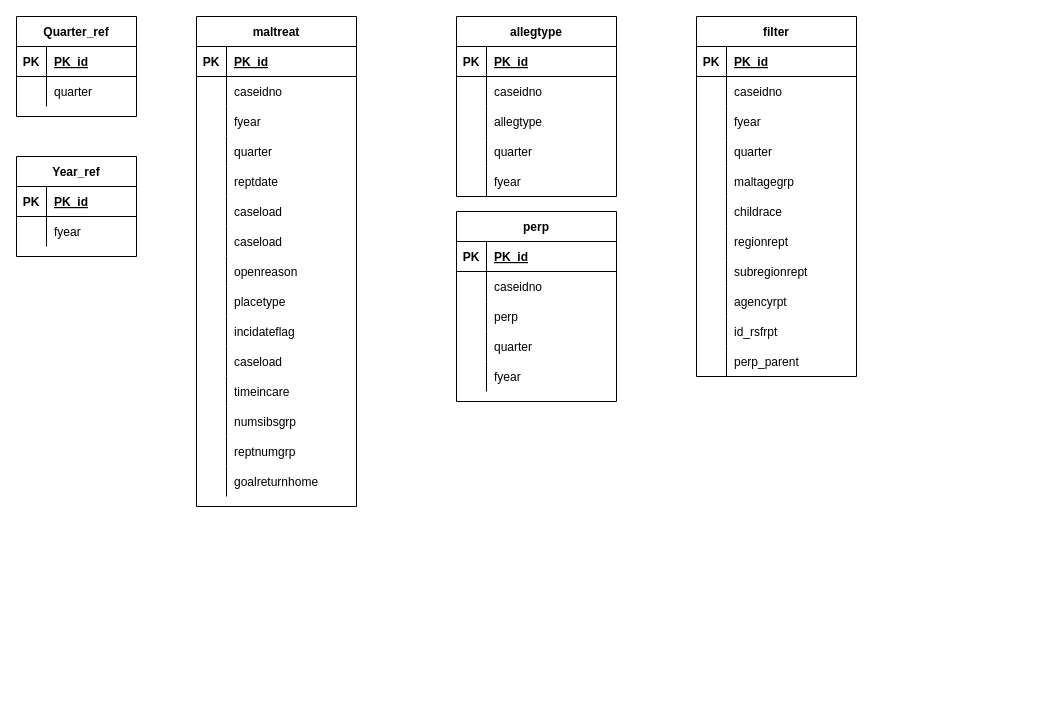
satomiwakita/cloud_repository1 keeps this draw.io diagram as maltreatment_in_care.drawio. Above is the earlier version. Source tidied: cells renumbered, new cells numbered last; positions are measured from the earlier drawing's top-left corner, leaving out a move shared by most shapes. Both pictures are drawn from the tidied source at 100%, with x=0, y=0 at pixel (16, 16).
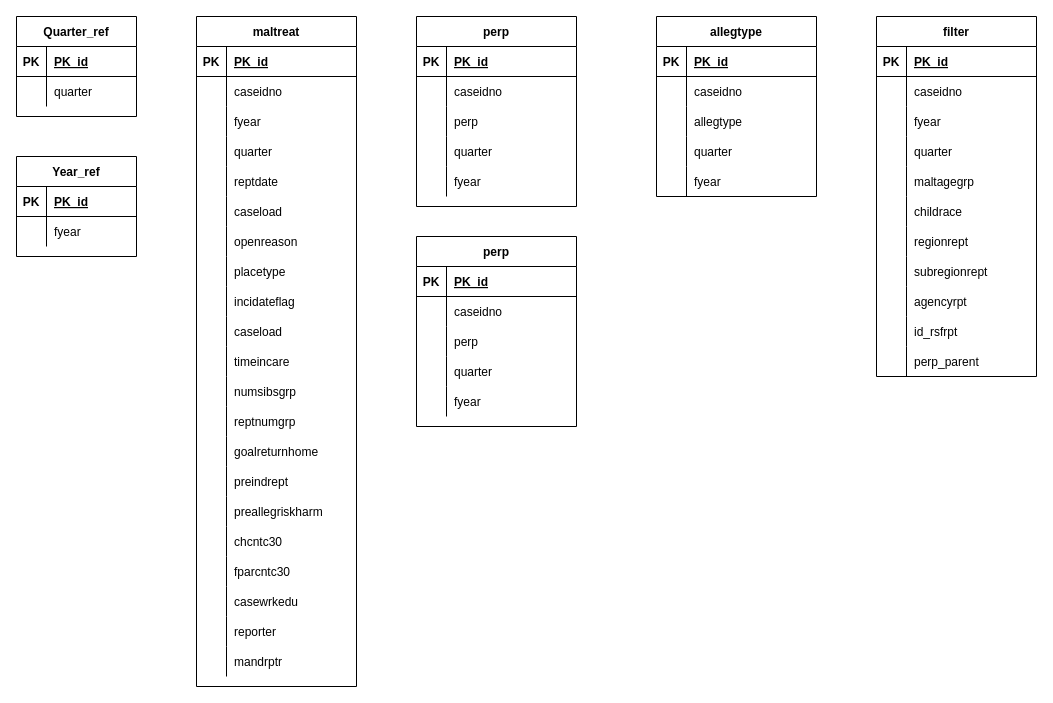
The same page after the edit.

Change to the diagram source:
```diff
@@
     <mxCell id="2" value="allegtype" style="shape=table;startSize=30;childLayout=tableLayout;rowLines=0;fontStyle=1;align=center;" parent="1" vertex="1">
-      <mxGeometry x="440" width="160" height="180" as="geometry" />
+      <mxGeometry x="640" width="160" height="180" as="geometry" />
     </mxCell>
@@
     <mxCell id="25" value="maltreat" style="shape=table;startSize=30;childLayout=tableLayout;rowLines=0;fontStyle=1;align=center;" parent="1" vertex="1">
-      <mxGeometry x="180" width="160" height="490" as="geometry" />
+      <mxGeometry x="180" width="160" height="670" as="geometry" />
     </mxCell>
@@
-    <mxCell id="44" style="shape=partialRectangle;fillColor=none;top=0;left=0;right=0;bottom=0;" parent="25" vertex="1">
-      <mxGeometry y="210" width="160" height="30" as="geometry" />
-    </mxCell>
-    <mxCell id="45" style="shape=partialRectangle;overflow=hidden;fillColor=none;top=0;left=0;bottom=0;right=0;" parent="44" vertex="1">
-      <mxGeometry width="30" height="30" as="geometry" />
-    </mxCell>
-    <mxCell id="46" value="caseload" style="shape=partialRectangle;overflow=hidden;fillColor=none;top=0;left=0;bottom=0;right=0;align=left;spacingLeft=6;" parent="44" vertex="1">
-      <mxGeometry x="30" width="130" height="30" as="geometry" />
-    </mxCell>
     <mxCell id="47" style="shape=partialRectangle;fillColor=none;top=0;left=0;right=0;bottom=0;" parent="25" vertex="1">
-      <mxGeometry y="240" width="160" height="30" as="geometry" />
+      <mxGeometry y="210" width="160" height="30" as="geometry" />
     </mxCell>
@@
     <mxCell id="50" style="shape=partialRectangle;fillColor=none;top=0;left=0;right=0;bottom=0;" parent="25" vertex="1">
-      <mxGeometry y="270" width="160" height="30" as="geometry" />
+      <mxGeometry y="240" width="160" height="30" as="geometry" />
     </mxCell>
@@
     <mxCell id="53" style="shape=partialRectangle;fillColor=none;top=0;left=0;right=0;bottom=0;" parent="25" vertex="1">
-      <mxGeometry y="300" width="160" height="30" as="geometry" />
+      <mxGeometry y="270" width="160" height="30" as="geometry" />
     </mxCell>
@@
     <mxCell id="56" style="shape=partialRectangle;fillColor=none;top=0;left=0;right=0;bottom=0;" parent="25" vertex="1">
-      <mxGeometry y="330" width="160" height="30" as="geometry" />
+      <mxGeometry y="300" width="160" height="30" as="geometry" />
     </mxCell>
@@
     <mxCell id="59" style="shape=partialRectangle;fillColor=none;top=0;left=0;right=0;bottom=0;" parent="25" vertex="1">
-      <mxGeometry y="360" width="160" height="30" as="geometry" />
+      <mxGeometry y="330" width="160" height="30" as="geometry" />
     </mxCell>
@@
     <mxCell id="62" style="shape=partialRectangle;fillColor=none;top=0;left=0;right=0;bottom=0;" parent="25" vertex="1">
-      <mxGeometry y="390" width="160" height="30" as="geometry" />
+      <mxGeometry y="360" width="160" height="30" as="geometry" />
     </mxCell>
@@
     <mxCell id="65" style="shape=partialRectangle;fillColor=none;top=0;left=0;right=0;bottom=0;" parent="25" vertex="1">
-      <mxGeometry y="420" width="160" height="30" as="geometry" />
+      <mxGeometry y="390" width="160" height="30" as="geometry" />
     </mxCell>
@@
     <mxCell id="68" style="shape=partialRectangle;fillColor=none;top=0;left=0;right=0;bottom=0;" parent="25" vertex="1">
-      <mxGeometry y="450" width="160" height="30" as="geometry" />
+      <mxGeometry y="420" width="160" height="30" as="geometry" />
     </mxCell>
@@
+    <mxCell id="128" style="shape=partialRectangle;fillColor=none;top=0;left=0;right=0;bottom=0;" parent="25" vertex="1">
+      <mxGeometry y="450" width="160" height="30" as="geometry" />
+    </mxCell>
+    <mxCell id="129" style="shape=partialRectangle;overflow=hidden;fillColor=none;top=0;left=0;bottom=0;right=0;" parent="128" vertex="1">
+      <mxGeometry width="30" height="30" as="geometry" />
+    </mxCell>
+    <mxCell id="130" value="preindrept" style="shape=partialRectangle;overflow=hidden;fillColor=none;top=0;left=0;bottom=0;right=0;align=left;spacingLeft=6;strokeColor=none;" parent="128" vertex="1">
+      <mxGeometry x="30" width="130" height="30" as="geometry" />
+    </mxCell>
+    <mxCell id="131" style="shape=partialRectangle;fillColor=none;top=0;left=0;right=0;bottom=0;" parent="25" vertex="1">
+      <mxGeometry y="480" width="160" height="30" as="geometry" />
+    </mxCell>
+    <mxCell id="132" style="shape=partialRectangle;overflow=hidden;fillColor=none;top=0;left=0;bottom=0;right=0;" parent="131" vertex="1">
+      <mxGeometry width="30" height="30" as="geometry" />
+    </mxCell>
+    <mxCell id="133" value="preallegriskharm" style="shape=partialRectangle;overflow=hidden;fillColor=none;top=0;left=0;bottom=0;right=0;align=left;spacingLeft=6;strokeColor=none;" parent="131" vertex="1">
+      <mxGeometry x="30" width="130" height="30" as="geometry" />
+    </mxCell>
+    <mxCell id="134" style="shape=partialRectangle;fillColor=none;top=0;left=0;right=0;bottom=0;" parent="25" vertex="1">
+      <mxGeometry y="510" width="160" height="30" as="geometry" />
+    </mxCell>
+    <mxCell id="135" style="shape=partialRectangle;overflow=hidden;fillColor=none;top=0;left=0;bottom=0;right=0;" parent="134" vertex="1">
+      <mxGeometry width="30" height="30" as="geometry" />
+    </mxCell>
+    <mxCell id="136" value="chcntc30" style="shape=partialRectangle;overflow=hidden;fillColor=none;top=0;left=0;bottom=0;right=0;align=left;spacingLeft=6;strokeColor=none;" parent="134" vertex="1">
+      <mxGeometry x="30" width="130" height="30" as="geometry" />
+    </mxCell>
+    <mxCell id="137" style="shape=partialRectangle;fillColor=none;top=0;left=0;right=0;bottom=0;" parent="25" vertex="1">
+      <mxGeometry y="540" width="160" height="30" as="geometry" />
+    </mxCell>
+    <mxCell id="138" style="shape=partialRectangle;overflow=hidden;fillColor=none;top=0;left=0;bottom=0;right=0;" parent="137" vertex="1">
+      <mxGeometry width="30" height="30" as="geometry" />
+    </mxCell>
+    <mxCell id="139" value="fparcntc30" style="shape=partialRectangle;overflow=hidden;fillColor=none;top=0;left=0;bottom=0;right=0;align=left;spacingLeft=6;strokeColor=none;" parent="137" vertex="1">
+      <mxGeometry x="30" width="130" height="30" as="geometry" />
+    </mxCell>
+    <mxCell id="140" style="shape=partialRectangle;fillColor=none;top=0;left=0;right=0;bottom=0;" parent="25" vertex="1">
+      <mxGeometry y="570" width="160" height="30" as="geometry" />
+    </mxCell>
+    <mxCell id="141" style="shape=partialRectangle;overflow=hidden;fillColor=none;top=0;left=0;bottom=0;right=0;" parent="140" vertex="1">
+      <mxGeometry width="30" height="30" as="geometry" />
+    </mxCell>
+    <mxCell id="142" value="casewrkedu" style="shape=partialRectangle;overflow=hidden;fillColor=none;top=0;left=0;bottom=0;right=0;align=left;spacingLeft=6;strokeColor=none;" parent="140" vertex="1">
+      <mxGeometry x="30" width="130" height="30" as="geometry" />
+    </mxCell>
+    <mxCell id="143" style="shape=partialRectangle;fillColor=none;top=0;left=0;right=0;bottom=0;" parent="25" vertex="1">
+      <mxGeometry y="600" width="160" height="30" as="geometry" />
+    </mxCell>
+    <mxCell id="144" style="shape=partialRectangle;overflow=hidden;fillColor=none;top=0;left=0;bottom=0;right=0;" parent="143" vertex="1">
+      <mxGeometry width="30" height="30" as="geometry" />
+    </mxCell>
+    <mxCell id="145" value="reporter" style="shape=partialRectangle;overflow=hidden;fillColor=none;top=0;left=0;bottom=0;right=0;align=left;spacingLeft=6;strokeColor=none;" parent="143" vertex="1">
+      <mxGeometry x="30" width="130" height="30" as="geometry" />
+    </mxCell>
+    <mxCell id="146" style="shape=partialRectangle;fillColor=none;top=0;left=0;right=0;bottom=0;" parent="25" vertex="1">
+      <mxGeometry y="630" width="160" height="30" as="geometry" />
+    </mxCell>
+    <mxCell id="147" style="shape=partialRectangle;overflow=hidden;fillColor=none;top=0;left=0;bottom=0;right=0;" parent="146" vertex="1">
+      <mxGeometry width="30" height="30" as="geometry" />
+    </mxCell>
+    <mxCell id="148" value="mandrptr" style="shape=partialRectangle;overflow=hidden;fillColor=none;top=0;left=0;bottom=0;right=0;align=left;spacingLeft=6;strokeColor=none;" parent="146" vertex="1">
+      <mxGeometry x="30" width="130" height="30" as="geometry" />
+    </mxCell>
@@
     <mxCell id="78" value="perp" style="shape=table;startSize=30;childLayout=tableLayout;rowLines=0;fontStyle=1;align=center;" parent="1" vertex="1">
-      <mxGeometry x="440" y="195" width="160" height="190" as="geometry" />
+      <mxGeometry x="400" width="160" height="190" as="geometry" />
     </mxCell>
@@
     <mxCell id="94" value="filter" style="shape=table;startSize=30;childLayout=tableLayout;rowLines=0;fontStyle=1;align=center;" parent="1" vertex="1">
-      <mxGeometry x="680" width="160" height="360" as="geometry" />
+      <mxGeometry x="860" width="160" height="360" as="geometry" />
     </mxCell>
@@
+    <mxCell id="149" value="perp" style="shape=table;startSize=30;childLayout=tableLayout;rowLines=0;fontStyle=1;align=center;" parent="1" vertex="1">
+      <mxGeometry x="400" y="220" width="160" height="190" as="geometry" />
+    </mxCell>
+    <mxCell id="150" style="shape=partialRectangle;fillColor=none;top=0;left=0;right=0;bottom=1;" parent="149" vertex="1">
+      <mxGeometry y="30" width="160" height="30" as="geometry" />
+    </mxCell>
+    <mxCell id="151" value="PK" style="shape=partialRectangle;overflow=hidden;fillColor=none;top=0;left=0;bottom=0;right=0;fontStyle=1;" parent="150" vertex="1">
+      <mxGeometry width="30" height="30" as="geometry" />
+    </mxCell>
+    <mxCell id="152" value="PK_id" style="shape=partialRectangle;overflow=hidden;fillColor=none;top=0;left=0;bottom=0;right=0;align=left;spacingLeft=6;fontStyle=5;" parent="150" vertex="1">
+      <mxGeometry x="30" width="130" height="30" as="geometry" />
+    </mxCell>
+    <mxCell id="153" style="shape=partialRectangle;fillColor=none;top=0;left=0;right=0;bottom=0;" parent="149" vertex="1">
+      <mxGeometry y="60" width="160" height="30" as="geometry" />
+    </mxCell>
+    <mxCell id="154" style="shape=partialRectangle;overflow=hidden;fillColor=none;top=0;left=0;bottom=0;right=0;" parent="153" vertex="1">
+      <mxGeometry width="30" height="30" as="geometry" />
+    </mxCell>
+    <mxCell id="155" value="caseidno" style="shape=partialRectangle;overflow=hidden;fillColor=none;top=0;left=0;bottom=0;right=0;align=left;spacingLeft=6;" parent="153" vertex="1">
+      <mxGeometry x="30" width="130" height="30" as="geometry" />
+    </mxCell>
+    <mxCell id="156" style="shape=partialRectangle;fillColor=none;top=0;left=0;right=0;bottom=0;" parent="149" vertex="1">
+      <mxGeometry y="90" width="160" height="30" as="geometry" />
+    </mxCell>
+    <mxCell id="157" style="shape=partialRectangle;overflow=hidden;fillColor=none;top=0;left=0;bottom=0;right=0;" parent="156" vertex="1">
+      <mxGeometry width="30" height="30" as="geometry" />
+    </mxCell>
+    <mxCell id="158" value="perp" style="shape=partialRectangle;overflow=hidden;fillColor=none;top=0;left=0;bottom=0;right=0;align=left;spacingLeft=6;" parent="156" vertex="1">
+      <mxGeometry x="30" width="130" height="30" as="geometry" />
+    </mxCell>
+    <mxCell id="159" style="shape=partialRectangle;fillColor=none;top=0;left=0;right=0;bottom=0;" parent="149" vertex="1">
+      <mxGeometry y="120" width="160" height="30" as="geometry" />
+    </mxCell>
+    <mxCell id="160" style="shape=partialRectangle;overflow=hidden;fillColor=none;top=0;left=0;bottom=0;right=0;" parent="159" vertex="1">
+      <mxGeometry width="30" height="30" as="geometry" />
+    </mxCell>
+    <mxCell id="161" value="quarter" style="shape=partialRectangle;overflow=hidden;fillColor=none;top=0;left=0;bottom=0;right=0;align=left;spacingLeft=6;" parent="159" vertex="1">
+      <mxGeometry x="30" width="130" height="30" as="geometry" />
+    </mxCell>
+    <mxCell id="162" style="shape=partialRectangle;fillColor=none;top=0;left=0;right=0;bottom=0;" parent="149" vertex="1">
+      <mxGeometry y="150" width="160" height="30" as="geometry" />
+    </mxCell>
+    <mxCell id="163" style="shape=partialRectangle;overflow=hidden;fillColor=none;top=0;left=0;bottom=0;right=0;" parent="162" vertex="1">
+      <mxGeometry width="30" height="30" as="geometry" />
+    </mxCell>
+    <mxCell id="164" value="fyear" style="shape=partialRectangle;overflow=hidden;fillColor=none;top=0;left=0;bottom=0;right=0;align=left;spacingLeft=6;" parent="162" vertex="1">
+      <mxGeometry x="30" width="130" height="30" as="geometry" />
+    </mxCell>
```
